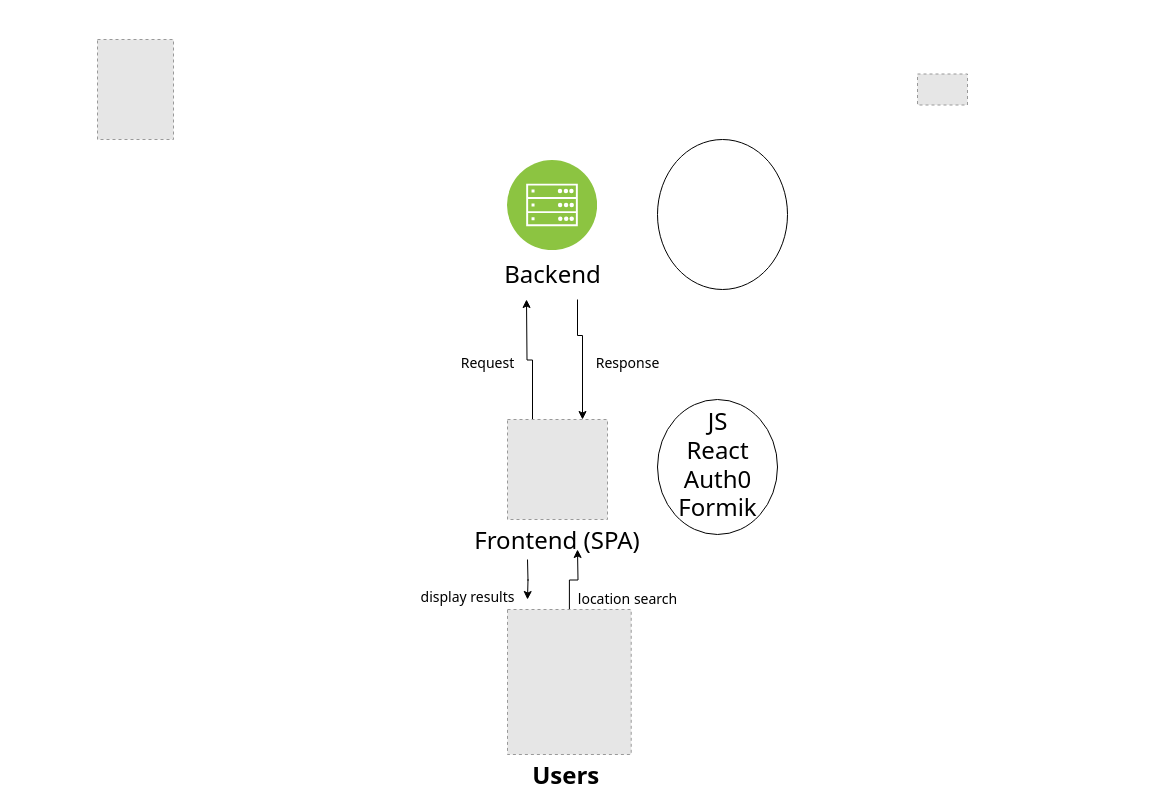
This is architecture/Untitled Diagram.drawio from skandog/assets, a draw.io file, before an edit. Source tidied: cells renumbered, new cells numbered last; positions are measured from the earlier drawing's top-left corner, leaving out a move shared by most shapes. Both pictures are drawn from the tidied source at 100%, with x=0, y=0 at pixel (97, 39). Pictures stored in the file or linked from it are replaced by grey dashed boxes.
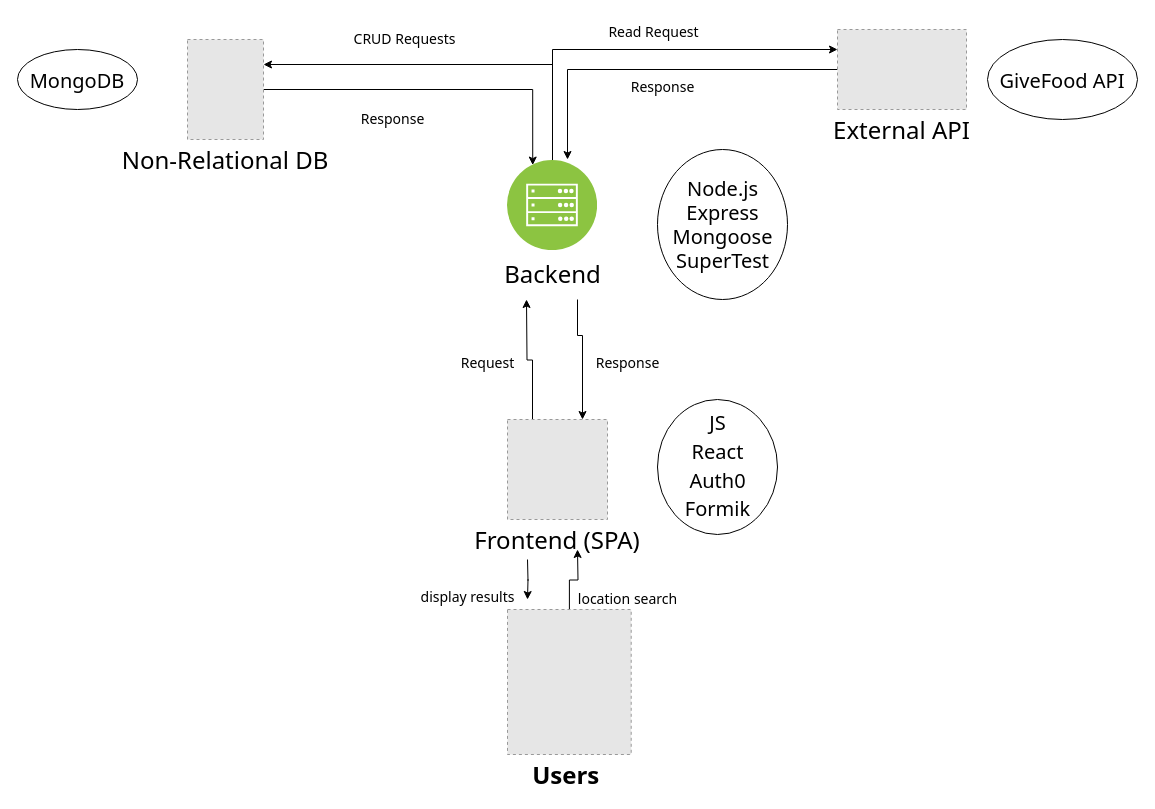
Above is the later version.

Commit message:
Finished I think. simple but clear.

Unchanged cells that the change refers to:
```xml
<mxCell id="7" style="group;" parent="1" vertex="1">
  <mxGeometry x="560" y="360" width="120" height="135" as="geometry" />
</mxCell>
<mxCell id="13" value="Backend" style="perimeter=ellipsePerimeter;html=1;align=center;shadow=0;dashed=0;fontColor=#000000;labelBackgroundColor=#ffffff;fontSize=24;spacingTop=3;image;image=img/lib/ibm/infrastructure/mobile_backend.svg;fontFamily=Tahoma;" parent="1" vertex="1">
  <mxGeometry x="410" y="121" width="90" height="90" as="geometry" />
</mxCell>
```

What changed in the source:
```diff
@@
-    <mxCell id="9" value="JS&lt;br&gt;React&lt;br&gt;Auth0&lt;br&gt;Formik" style="text;html=1;align=center;verticalAlign=middle;fillColor=none;strokeColor=none;rounded=0;fontFamily=Tahoma;fontSize=24;" parent="7" vertex="1">
-      <mxGeometry x="15" width="90" height="130" as="geometry" />
+    <mxCell id="9" value="&lt;font style=&quot;font-size: 20px;&quot;&gt;JS&lt;br&gt;React&lt;br&gt;Auth0&lt;br&gt;Formik&lt;/font&gt;" style="text;html=1;align=center;verticalAlign=middle;fillColor=none;strokeColor=none;rounded=0;fontFamily=Tahoma;fontSize=24;" parent="7" vertex="1">
+      <mxGeometry x="20" width="80" height="130" as="geometry" />
     </mxCell>
+    <mxCell id="15" value="Response" style="edgeStyle=orthogonalEdgeStyle;rounded=0;jettySize=auto;html=1;entryX=0.25;entryY=0;entryDx=0;entryDy=0;fontFamily=Tahoma;fontSize=14;fontColor=#000000;" parent="1" edge="1" source="10" target="13">
+      <mxGeometry x="-0.25" y="-30" relative="1" as="geometry" />
+    </mxCell>
-    <mxCell id="10" style="fillColor=#E6E6E6;strokeColor=#999999;dashed=1;verticalLabelPosition=bottom;labelBackgroundColor=#ffffff;verticalAlign=top;fontFamily=Tahoma;fontSize=14;" parent="1" vertex="1">
-      <mxGeometry width="76" height="100" as="geometry" />
+    <mxCell id="10" value="Non-Relational DB" style="fillColor=#E6E6E6;strokeColor=#999999;dashed=1;verticalLabelPosition=bottom;labelBackgroundColor=#ffffff;verticalAlign=top;fontFamily=Tahoma;fontSize=24;" parent="1" vertex="1">
+      <mxGeometry x="90" width="76" height="100" as="geometry" />
     </mxCell>
+    <mxCell id="16" value="&lt;font style=&quot;font-size: 14px;&quot;&gt;Response&lt;/font&gt;" style="edgeStyle=orthogonalEdgeStyle;rounded=0;jettySize=auto;html=1;entryX=0.667;entryY=-0.011;entryDx=0;entryDy=0;entryPerimeter=0;fontFamily=Tahoma;fontSize=20;fontColor=#000000;" parent="1" edge="1" source="11" target="13">
+      <mxGeometry x="-0.03" y="15" relative="1" as="geometry" />
+    </mxCell>
-    <mxCell id="11" style="fillColor=#E6E6E6;strokeColor=#999999;dashed=1;verticalLabelPosition=bottom;verticalAlign=top;fontFamily=Tahoma;fontSize=14;" parent="1" vertex="1">
-      <mxGeometry x="820" y="34.5" width="50" height="31" as="geometry" />
+    <mxCell id="11" value="External API" style="fillColor=#E6E6E6;strokeColor=#999999;dashed=1;verticalLabelPosition=bottom;verticalAlign=top;fontFamily=Tahoma;fontSize=24;" parent="1" vertex="1">
+      <mxGeometry x="740" y="-10" width="129" height="80" as="geometry" />
     </mxCell>
@@
+    <mxCell id="17" value="&lt;font style=&quot;font-size: 14px;&quot;&gt;Read Request&lt;/font&gt;" style="edgeStyle=orthogonalEdgeStyle;rounded=0;jettySize=auto;html=1;fontFamily=Tahoma;fontSize=20;fontColor=#000000;entryX=0;entryY=0.25;entryDx=0;entryDy=0;" parent="1" edge="1" source="13" target="11">
+      <mxGeometry x="0.07" y="20" relative="1" as="geometry">
+        <Array as="points">
+          <mxPoint x="455" y="10" />
+          <mxPoint x="740" y="10" />
+        </Array>
+      </mxGeometry>
+    </mxCell>
+    <mxCell id="18" value="CRUD Requests" style="edgeStyle=orthogonalEdgeStyle;rounded=0;jettySize=auto;html=1;entryX=1;entryY=0.25;entryDx=0;entryDy=0;fontFamily=Tahoma;fontSize=14;fontColor=#000000;" parent="1" edge="1" source="13" target="10">
+      <mxGeometry x="0.27" y="-25" relative="1" as="geometry">
+        <Array as="points">
+          <mxPoint x="455" y="25" />
+        </Array>
+      </mxGeometry>
+    </mxCell>
@@
+    <mxCell id="19" style="group;" parent="1" vertex="1">
+      <mxGeometry x="560" y="110" width="130" height="150" as="geometry" />
+    </mxCell>
-    <mxCell id="14" style="ellipse;whiteSpace=wrap;html=1;fontSize=24;fontFamily=Tahoma;verticalAlign=top;fontColor=#000000;shadow=0;dashed=0;labelBackgroundColor=default;spacingTop=3;" parent="1" vertex="1">
-      <mxGeometry x="560" y="100" width="130" height="150" as="geometry" />
+    <mxCell id="14" style="ellipse;whiteSpace=wrap;html=1;fontSize=24;fontFamily=Tahoma;verticalAlign=top;fontColor=#000000;shadow=0;dashed=0;labelBackgroundColor=default;spacingTop=3;" parent="19" vertex="1">
+      <mxGeometry width="130" height="150" as="geometry" />
     </mxCell>
+    <mxCell id="20" value="&lt;font style=&quot;font-size: 20px;&quot;&gt;Node.js&lt;br&gt;Express&lt;br&gt;Mongoose&lt;br&gt;SuperTest&lt;/font&gt;" style="text;html=1;align=center;verticalAlign=middle;fillColor=none;strokeColor=none;rounded=0;fontFamily=Tahoma;fontSize=14;fontColor=#000000;" parent="19" vertex="1">
+      <mxGeometry x="10" y="20" width="110" height="110" as="geometry" />
+    </mxCell>
+    <mxCell id="21" value="&lt;font style=&quot;font-size: 20px;&quot;&gt;GiveFood API&lt;/font&gt;" style="ellipse;whiteSpace=wrap;html=1;fontSize=24;fontFamily=Tahoma;verticalAlign=middle;" parent="1" vertex="1">
+      <mxGeometry x="890" width="150" height="80" as="geometry" />
+    </mxCell>
+    <mxCell id="22" value="&lt;font style=&quot;font-size: 20px;&quot;&gt;MongoDB&lt;/font&gt;" style="ellipse;whiteSpace=wrap;html=1;fontSize=24;fontFamily=Tahoma;verticalAlign=middle;labelBackgroundColor=#ffffff;" parent="1" vertex="1">
+      <mxGeometry x="-80" y="10" width="120" height="60" as="geometry" />
+    </mxCell>
```
